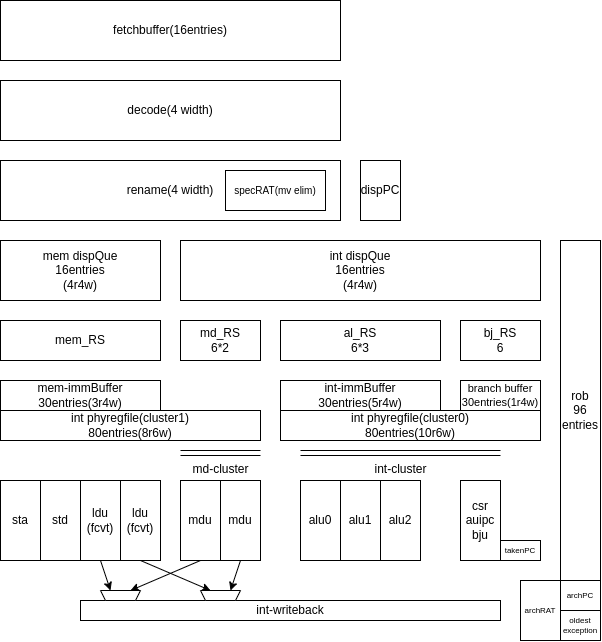
Before: aura-arch.drawio.png, a diagram exported from draw.io (tastynoob/aura-core). Source tidied: cells renumbered, new cells last; positions are measured from the earlier drawing's top-left corner, leaving out a move shared by most shapes.
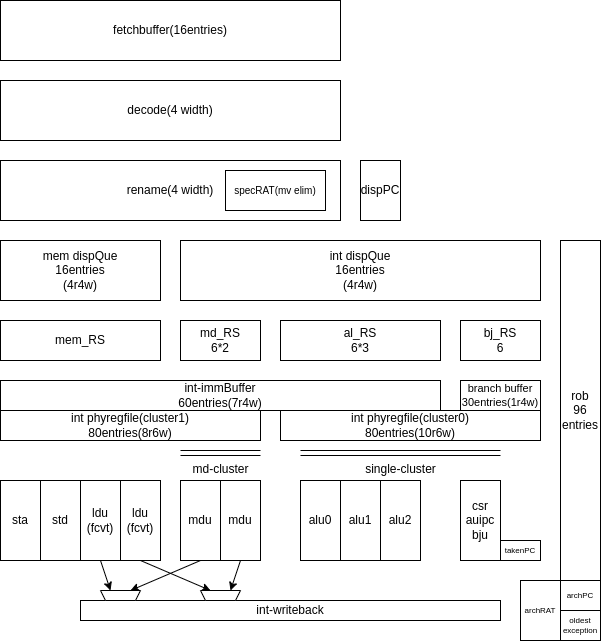
Above is the later version.

The edit, as a diff of the source:
```diff
@@ -50,8 +50,8 @@
     <mxCell id="17" value="branch buffer&lt;br style=&quot;font-size: 11px;&quot;&gt;30entries(1r4w)" style="rounded=0;whiteSpace=wrap;html=1;align=center;verticalAlign=middle;fontSize=11;" parent="1" vertex="1">
       <mxGeometry x="460" y="380" width="80" height="30" as="geometry" />
     </mxCell>
-    <mxCell id="18" value="int-immBuffer&lt;br&gt;30entries(5r4w)" style="rounded=0;whiteSpace=wrap;html=1;align=center;verticalAlign=middle;" parent="1" vertex="1">
-      <mxGeometry x="280" y="380" width="160" height="30" as="geometry" />
+    <mxCell id="18" value="int-immBuffer&lt;br&gt;60entries(7r4w)" style="rounded=0;whiteSpace=wrap;html=1;align=center;verticalAlign=middle;" parent="1" vertex="1">
+      <mxGeometry y="380" width="440" height="30" as="geometry" />
     </mxCell>
     <mxCell id="19" value="int phyregfile(cluster0)&lt;br&gt;80entries(10r6w)" style="rounded=0;whiteSpace=wrap;html=1;align=center;verticalAlign=middle;" parent="1" vertex="1">
       <mxGeometry x="280" y="410" width="260" height="30" as="geometry" />
@@ -89,9 +89,6 @@
     <mxCell id="30" value="oldest exception" style="rounded=0;whiteSpace=wrap;html=1;fontSize=8;" parent="1" vertex="1">
       <mxGeometry x="560" y="610" width="40" height="30" as="geometry" />
     </mxCell>
-    <mxCell id="31" value="mem-immBuffer&lt;br&gt;30entries(3r4w)" style="rounded=0;whiteSpace=wrap;html=1;align=center;verticalAlign=middle;" parent="1" vertex="1">
-      <mxGeometry y="380" width="160" height="30" as="geometry" />
-    </mxCell>
     <mxCell id="32" style="shape=trapezoid;perimeter=trapezoidPerimeter;whiteSpace=wrap;html=1;fixedSize=1;fontSize=10;rotation=-180;size=4.999999999999886;" parent="1" vertex="1">
       <mxGeometry x="100" y="590" width="40" height="10" as="geometry" />
     </mxCell>
@@ -125,7 +122,7 @@
     <mxCell id="42" value="alu2" style="rounded=0;whiteSpace=wrap;html=1;" parent="39" vertex="1">
       <mxGeometry x="80" width="40" height="80" as="geometry" />
     </mxCell>
-    <mxCell id="43" value="int-cluster" style="verticalLabelPosition=bottom;shadow=0;dashed=0;align=center;html=1;verticalAlign=top;shape=mxgraph.electrical.transmission.2_line_bus;" parent="1" vertex="1">
+    <mxCell id="43" value="single-cluster" style="verticalLabelPosition=bottom;shadow=0;dashed=0;align=center;html=1;verticalAlign=top;shape=mxgraph.electrical.transmission.2_line_bus;" parent="1" vertex="1">
       <mxGeometry x="300" y="450" width="200" height="5" as="geometry" />
     </mxCell>
     <mxCell id="44" value="md-cluster" style="verticalLabelPosition=bottom;shadow=0;dashed=0;align=center;html=1;verticalAlign=top;shape=mxgraph.electrical.transmission.2_line_bus;" parent="1" vertex="1">
```
